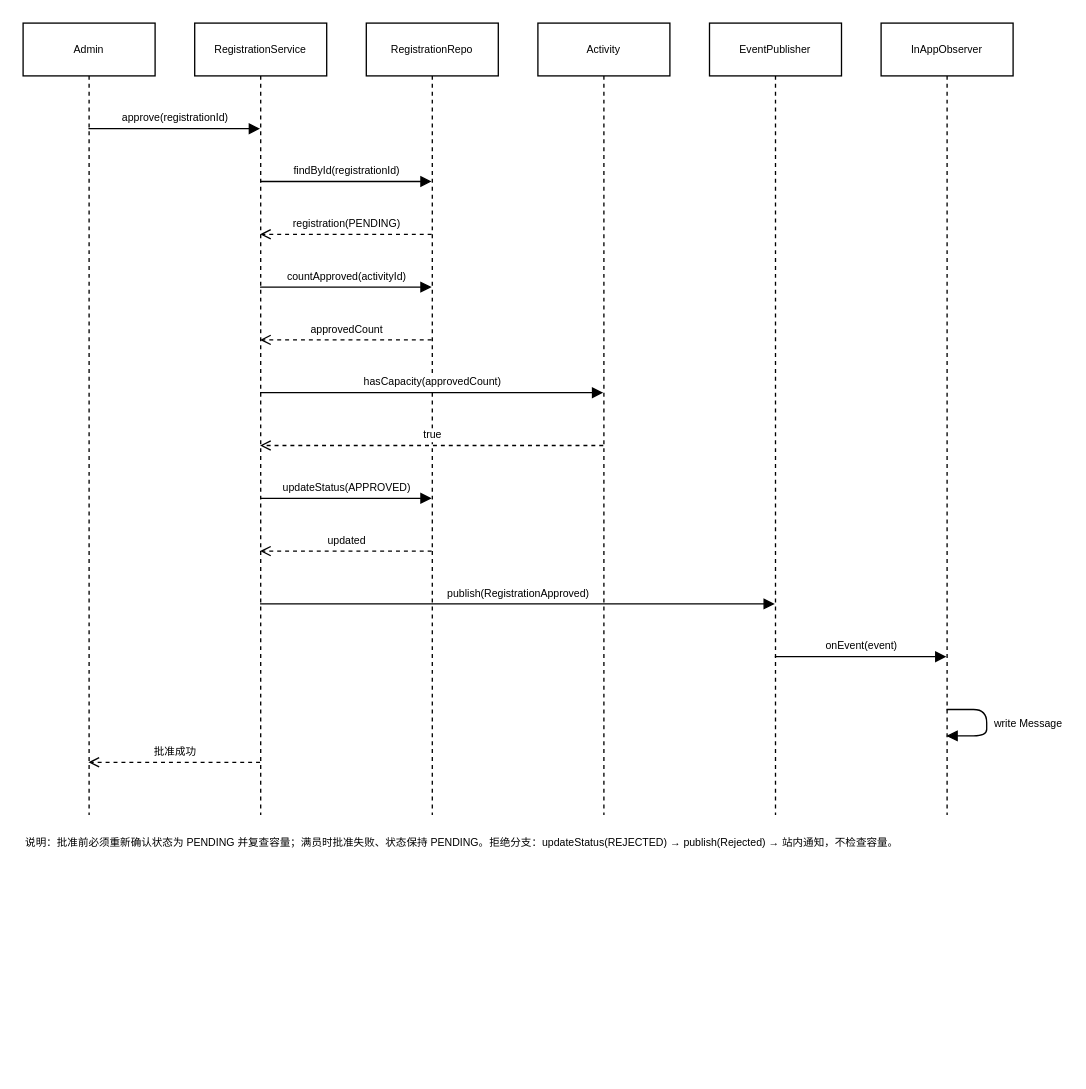
Earlier version of the draw.io diagram page "05 审批时序" (5 of 5) of docs/design/diagrams/CampusEvent-design.drawio (Cynyun/CampusEvent). Source tidied: cells renumbered, new cells numbered last; positions are measured from the earlier drawing's top-left corner, leaving out a move shared by most shapes. Both pictures are drawn from the tidied source at 132%, with x=0, y=0 at pixel (22, 22).
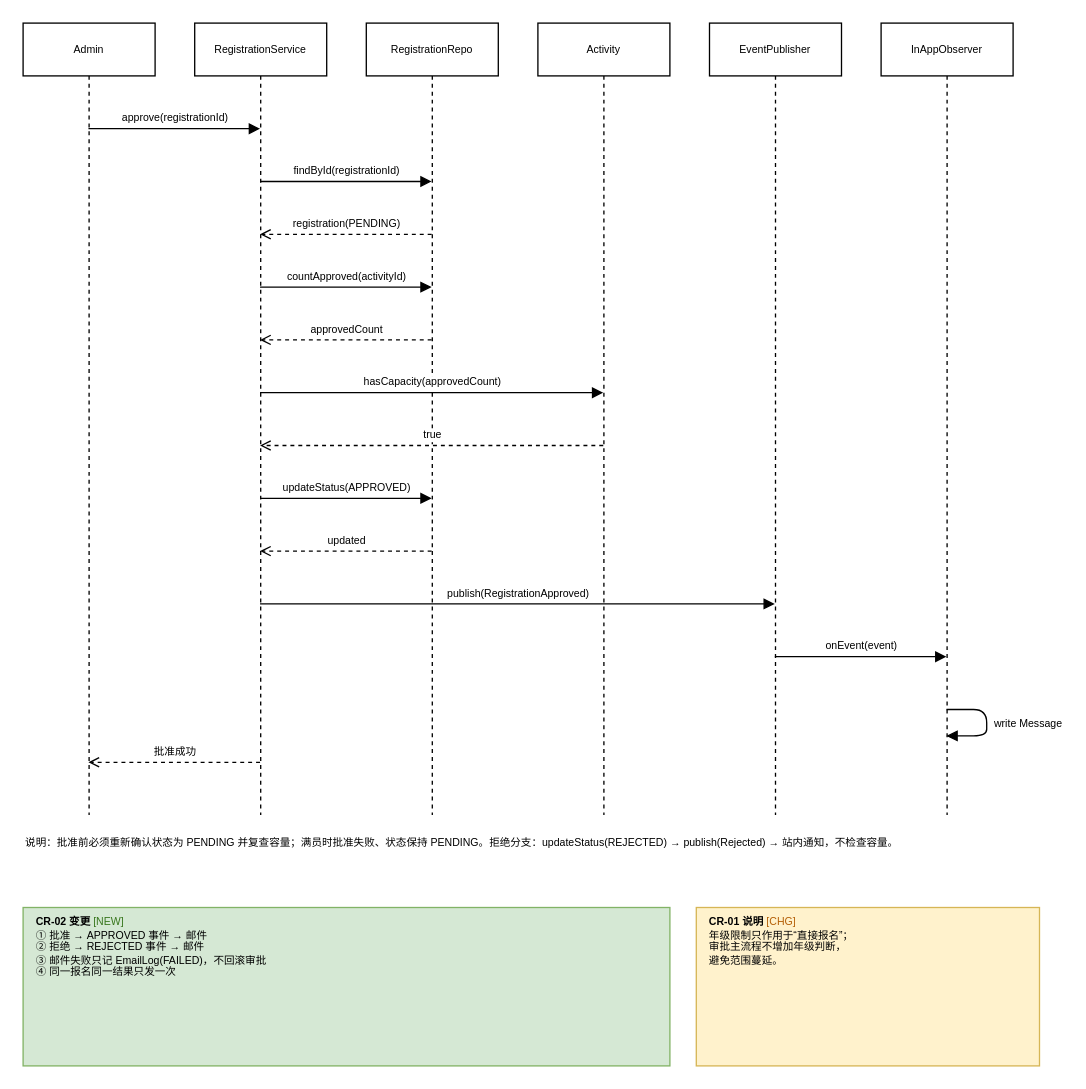
The same page after the edit.

What changed in the source:
```diff
@@
+    <mxCell id="22" value="&lt;b&gt;CR-02 变更&lt;/b&gt; &lt;font color=&quot;#38761d&quot;&gt;[NEW]&lt;/font&gt;&lt;br&gt;① 批准 → APPROVED 事件 → 邮件&lt;br&gt;② 拒绝 → REJECTED 事件 → 邮件&lt;br&gt;③ 邮件失败只记 EmailLog(FAILED)，不回滚审批&lt;br&gt;④ 同一报名同一结果只发一次" style="text;align=left;verticalAlign=top;fontSize=8;fillColor=#d5e8d4;strokeColor=#82b366;whiteSpace=wrap;html=1;spacingLeft=8;spacingRight=8;" parent="1" vertex="1">
+      <mxGeometry y="670" width="490" height="120" as="geometry" />
+    </mxCell>
+    <mxCell id="23" value="&lt;b&gt;CR-01 说明&lt;/b&gt; &lt;font color=&quot;#b45f06&quot;&gt;[CHG]&lt;/font&gt;&lt;br&gt;年级限制只作用于“直接报名”；&lt;br&gt;审批主流程不增加年级判断，&lt;br&gt;避免范围蔓延。" style="text;align=left;verticalAlign=top;fontSize=8;fillColor=#fff2cc;strokeColor=#d6b656;whiteSpace=wrap;html=1;spacingLeft=8;spacingRight=8;" parent="1" vertex="1">
+      <mxGeometry x="510" y="670" width="260" height="120" as="geometry" />
+    </mxCell>
```
